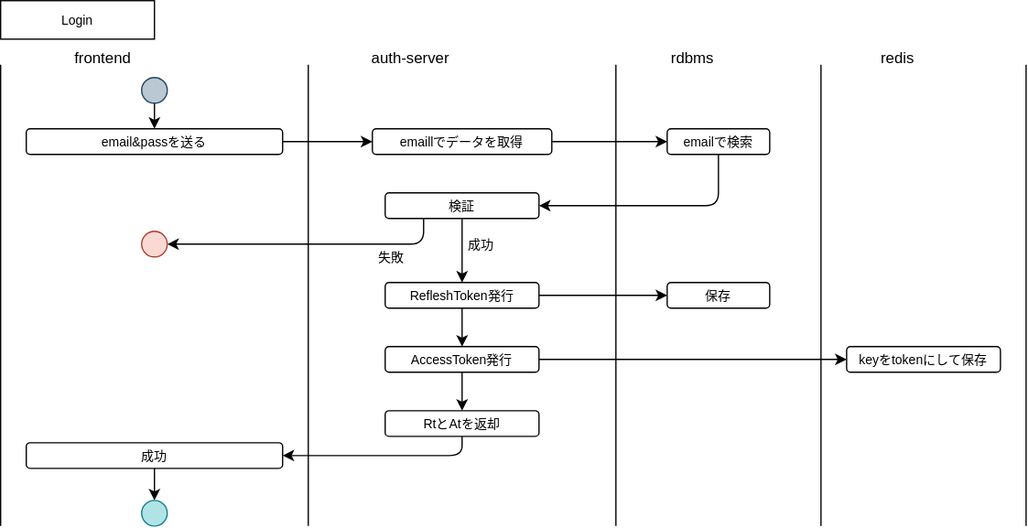
Before: auth/案01.drawio.svg, a diagram exported from draw.io (Cosmic-rare/result-database-jupyter). Source tidied: cells renumbered, new cells last; positions are measured from the earlier drawing's top-left corner, leaving out a move shared by most shapes.
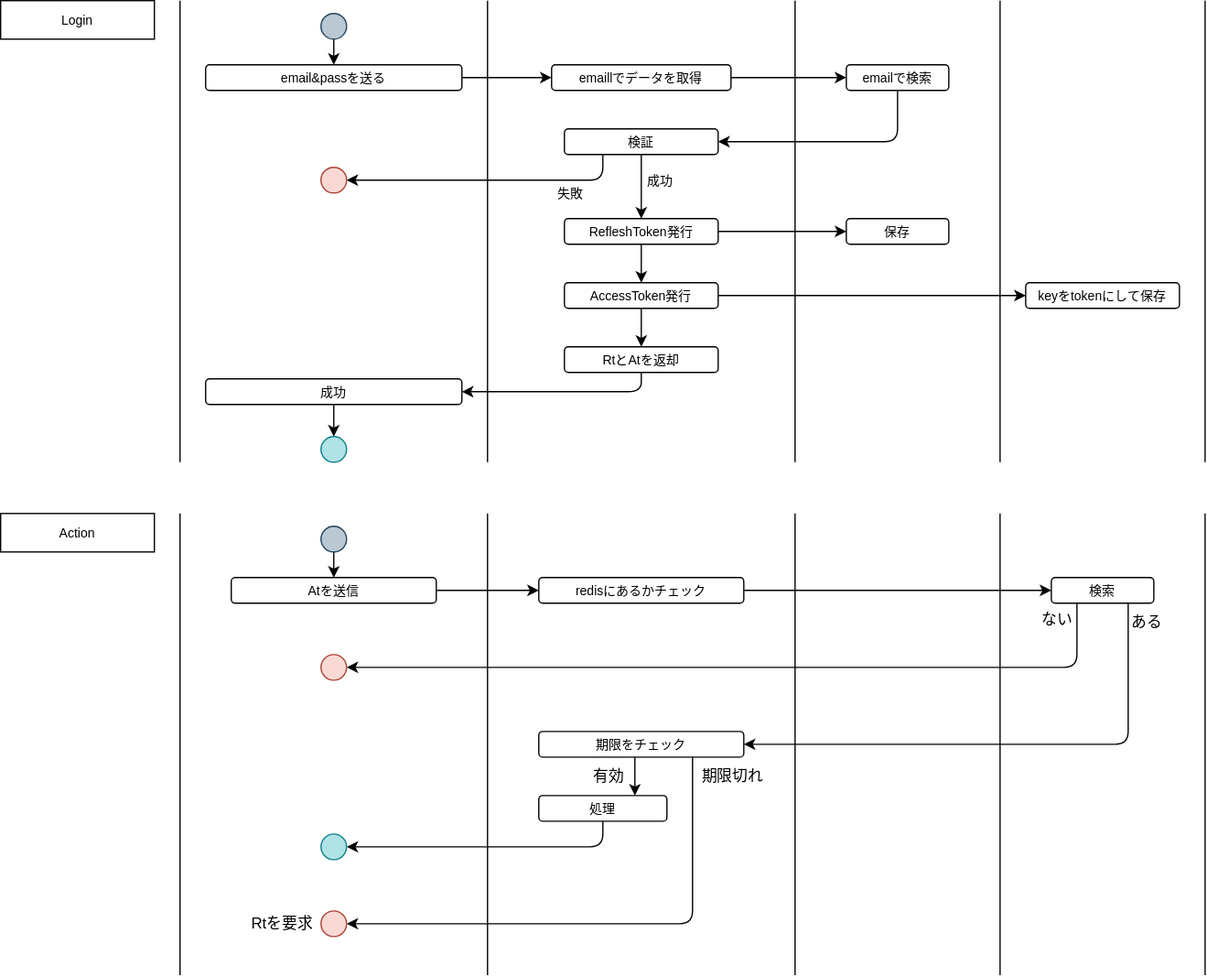
After the commit.

Change to the diagram source:
```diff
@@ -32,18 +32,6 @@
         <mxPoint x="800" y="50" as="targetPoint" />
       </mxGeometry>
     </mxCell>
-    <mxCell id="7" value="rdbms" style="text;html=1;strokeColor=none;fillColor=none;align=center;verticalAlign=middle;whiteSpace=wrap;rounded=0;" parent="1" vertex="1">
-      <mxGeometry x="480" y="30" width="120" height="30" as="geometry" />
-    </mxCell>
-    <mxCell id="8" value="redis" style="text;html=1;strokeColor=none;fillColor=none;align=center;verticalAlign=middle;whiteSpace=wrap;rounded=0;" parent="1" vertex="1">
-      <mxGeometry x="640" y="30" width="120" height="30" as="geometry" />
-    </mxCell>
-    <mxCell id="9" value="auth-server" style="text;html=1;strokeColor=none;fillColor=none;align=center;verticalAlign=middle;whiteSpace=wrap;rounded=0;" parent="1" vertex="1">
-      <mxGeometry x="240" y="30" width="160" height="30" as="geometry" />
-    </mxCell>
-    <mxCell id="10" value="frontend" style="text;html=1;strokeColor=none;fillColor=none;align=center;verticalAlign=middle;whiteSpace=wrap;rounded=0;" parent="1" vertex="1">
-      <mxGeometry y="30" width="160" height="30" as="geometry" />
-    </mxCell>
     <mxCell id="11" style="edgeStyle=none;html=1;entryX=0;entryY=0.5;entryDx=0;entryDy=0;fontSize=10;" parent="1" edge="1" source="12" target="14">
       <mxGeometry relative="1" as="geometry" />
     </mxCell>
@@ -120,7 +108,7 @@
       <mxGeometry x="20" y="345" width="200" height="20" as="geometry" />
     </mxCell>
     <mxCell id="32" value="Login" style="rounded=0;whiteSpace=wrap;html=1;fontSize=10;" parent="1" vertex="1">
-      <mxGeometry width="120" height="30" as="geometry" />
+      <mxGeometry x="-140" y="50" width="120" height="30" as="geometry" />
     </mxCell>
     <mxCell id="33" style="edgeStyle=none;html=1;fontSize=10;" parent="1" edge="1" source="34" target="12">
       <mxGeometry relative="1" as="geometry" />
@@ -140,5 +128,122 @@
     <mxCell id="38" value="成功" style="text;html=1;strokeColor=none;fillColor=none;align=center;verticalAlign=middle;whiteSpace=wrap;rounded=0;fontSize=10;" parent="1" vertex="1">
       <mxGeometry x="360" y="180" width="30" height="20" as="geometry" />
     </mxCell>
+    <mxCell id="39" style="endArrow=none;html=1;" parent="1" edge="1">
+      <mxGeometry relative="1" as="geometry">
+        <mxPoint y="810" as="sourcePoint" />
+        <mxPoint y="450" as="targetPoint" />
+      </mxGeometry>
+    </mxCell>
+    <mxCell id="40" style="endArrow=none;html=1;" parent="1" edge="1">
+      <mxGeometry relative="1" as="geometry">
+        <mxPoint x="240" y="810" as="sourcePoint" />
+        <mxPoint x="240" y="450" as="targetPoint" />
+      </mxGeometry>
+    </mxCell>
+    <mxCell id="41" style="endArrow=none;html=1;" parent="1" edge="1">
+      <mxGeometry relative="1" as="geometry">
+        <mxPoint x="480" y="810" as="sourcePoint" />
+        <mxPoint x="480" y="450" as="targetPoint" />
+      </mxGeometry>
+    </mxCell>
+    <mxCell id="42" style="endArrow=none;html=1;" parent="1" edge="1">
+      <mxGeometry relative="1" as="geometry">
+        <mxPoint x="640" y="810" as="sourcePoint" />
+        <mxPoint x="640" y="450" as="targetPoint" />
+      </mxGeometry>
+    </mxCell>
+    <mxCell id="43" style="endArrow=none;html=1;" parent="1" edge="1">
+      <mxGeometry relative="1" as="geometry">
+        <mxPoint x="800" y="810" as="sourcePoint" />
+        <mxPoint x="800" y="450" as="targetPoint" />
+      </mxGeometry>
+    </mxCell>
+    <mxCell id="44" value="Action" style="rounded=0;whiteSpace=wrap;html=1;fontSize=10;" parent="1" vertex="1">
+      <mxGeometry x="-140" y="450" width="120" height="30" as="geometry" />
+    </mxCell>
+    <mxCell id="45" style="edgeStyle=none;html=1;" parent="1" edge="1" source="46" target="48">
+      <mxGeometry relative="1" as="geometry" />
+    </mxCell>
+    <mxCell id="46" style="ellipse;whiteSpace=wrap;html=1;fontSize=10;fillColor=#bac8d3;strokeColor=#23445d;" parent="1" vertex="1">
+      <mxGeometry x="110" y="460" width="20" height="20" as="geometry" />
+    </mxCell>
+    <mxCell id="47" style="edgeStyle=none;html=1;entryX=0;entryY=0.5;entryDx=0;entryDy=0;" parent="1" edge="1" source="48" target="50">
+      <mxGeometry relative="1" as="geometry" />
+    </mxCell>
+    <mxCell id="48" value="Atを送信" style="rounded=1;whiteSpace=wrap;html=1;fontSize=10;" parent="1" vertex="1">
+      <mxGeometry x="40" y="500" width="160" height="20" as="geometry" />
+    </mxCell>
+    <mxCell id="49" style="edgeStyle=none;html=1;" parent="1" edge="1" source="50" target="53">
+      <mxGeometry relative="1" as="geometry" />
+    </mxCell>
+    <mxCell id="50" value="redisにあるかチェック" style="rounded=1;whiteSpace=wrap;html=1;fontSize=10;" parent="1" vertex="1">
+      <mxGeometry x="280" y="500" width="160" height="20" as="geometry" />
+    </mxCell>
+    <mxCell id="51" style="edgeStyle=none;html=1;entryX=1;entryY=0.5;entryDx=0;entryDy=0;exitX=0.75;exitY=1;exitDx=0;exitDy=0;" parent="1" edge="1" source="53" target="56">
+      <mxGeometry relative="1" as="geometry">
+        <Array as="points">
+          <mxPoint x="740" y="630" />
+        </Array>
+      </mxGeometry>
+    </mxCell>
+    <mxCell id="52" style="edgeStyle=none;html=1;entryX=1;entryY=0.5;entryDx=0;entryDy=0;exitX=0.25;exitY=1;exitDx=0;exitDy=0;" parent="1" edge="1" source="53" target="59">
+      <mxGeometry relative="1" as="geometry">
+        <Array as="points">
+          <mxPoint x="700" y="570" />
+        </Array>
+      </mxGeometry>
+    </mxCell>
+    <mxCell id="53" value="検索" style="rounded=1;whiteSpace=wrap;html=1;fontSize=10;" parent="1" vertex="1">
+      <mxGeometry x="680" y="500" width="80" height="20" as="geometry" />
+    </mxCell>
+    <mxCell id="54" style="edgeStyle=none;html=1;entryX=1;entryY=0.5;entryDx=0;entryDy=0;exitX=0.75;exitY=1;exitDx=0;exitDy=0;" parent="1" edge="1" source="56" target="60">
+      <mxGeometry relative="1" as="geometry">
+        <Array as="points">
+          <mxPoint x="400" y="770" />
+        </Array>
+      </mxGeometry>
+    </mxCell>
+    <mxCell id="55" style="edgeStyle=none;html=1;entryX=0.75;entryY=0;entryDx=0;entryDy=0;" parent="1" edge="1" target="64">
+      <mxGeometry relative="1" as="geometry">
+        <mxPoint x="355" y="640" as="sourcePoint" />
+      </mxGeometry>
+    </mxCell>
+    <mxCell id="56" value="期限をチェック" style="rounded=1;whiteSpace=wrap;html=1;fontSize=10;" parent="1" vertex="1">
+      <mxGeometry x="280" y="620" width="160" height="20" as="geometry" />
+    </mxCell>
+    <mxCell id="57" value="ある" style="text;html=1;strokeColor=none;fillColor=none;align=center;verticalAlign=middle;whiteSpace=wrap;rounded=0;" parent="1" vertex="1">
+      <mxGeometry x="740" y="525" width="30" height="20" as="geometry" />
+    </mxCell>
+    <mxCell id="58" value="ない" style="text;html=1;strokeColor=none;fillColor=none;align=center;verticalAlign=middle;whiteSpace=wrap;rounded=0;" parent="1" vertex="1">
+      <mxGeometry x="670" y="525" width="30" height="15" as="geometry" />
+    </mxCell>
+    <mxCell id="59" style="ellipse;whiteSpace=wrap;html=1;fontSize=10;fillColor=#fad9d5;strokeColor=#ae4132;" parent="1" vertex="1">
+      <mxGeometry x="110" y="560" width="20" height="20" as="geometry" />
+    </mxCell>
+    <mxCell id="60" style="ellipse;whiteSpace=wrap;html=1;fontSize=10;fillColor=#fad9d5;strokeColor=#ae4132;" parent="1" vertex="1">
+      <mxGeometry x="110" y="760" width="20" height="20" as="geometry" />
+    </mxCell>
+    <mxCell id="61" value="Rtを要求" style="text;html=1;strokeColor=none;fillColor=none;align=center;verticalAlign=middle;whiteSpace=wrap;rounded=0;" parent="1" vertex="1">
+      <mxGeometry x="50" y="760" width="60" height="20" as="geometry" />
+    </mxCell>
+    <mxCell id="62" value="期限切れ" style="text;html=1;strokeColor=none;fillColor=none;align=center;verticalAlign=middle;whiteSpace=wrap;rounded=0;" parent="1" vertex="1">
+      <mxGeometry x="405" y="645" width="53" height="20" as="geometry" />
+    </mxCell>
+    <mxCell id="63" style="edgeStyle=none;html=1;entryX=1;entryY=0.5;entryDx=0;entryDy=0;" parent="1" edge="1" source="64" target="66">
+      <mxGeometry relative="1" as="geometry">
+        <Array as="points">
+          <mxPoint x="330" y="710" />
+        </Array>
+      </mxGeometry>
+    </mxCell>
+    <mxCell id="64" value="処理" style="rounded=1;whiteSpace=wrap;html=1;fontSize=10;" parent="1" vertex="1">
+      <mxGeometry x="280" y="670" width="100" height="20" as="geometry" />
+    </mxCell>
+    <mxCell id="65" value="有効" style="text;html=1;strokeColor=none;fillColor=none;align=center;verticalAlign=middle;whiteSpace=wrap;rounded=0;" parent="1" vertex="1">
+      <mxGeometry x="315" y="645" width="40" height="20" as="geometry" />
+    </mxCell>
+    <mxCell id="66" style="ellipse;whiteSpace=wrap;html=1;fontSize=10;fillColor=#b0e3e6;strokeColor=#0e8088;" parent="1" vertex="1">
+      <mxGeometry x="110" y="700" width="20" height="20" as="geometry" />
+    </mxCell>
   </root>
 </mxGraphModel>
```
